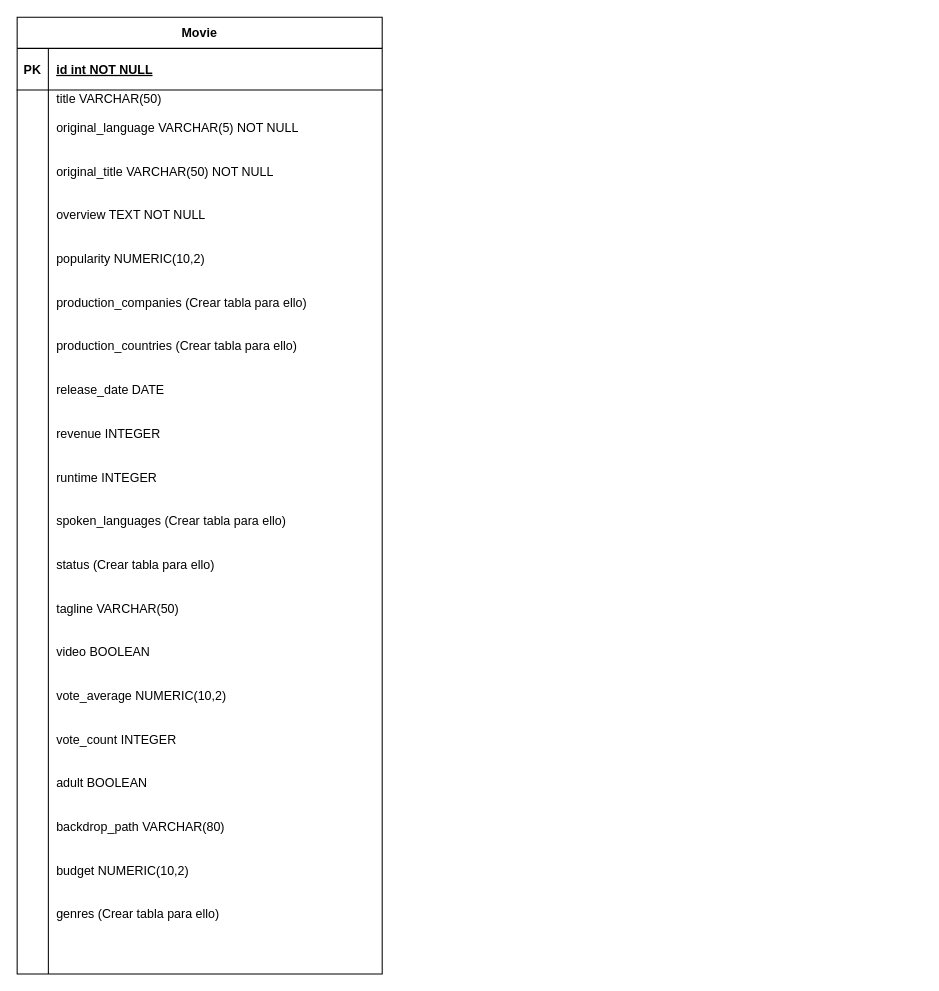
Above: Streambit.Catalog/docs/CatalogDBDiagram.drawio in coscristian/Streambit.Catalog (draw.io), before the change. Source tidied: cells renumbered, new cells numbered last; positions are measured from the earlier drawing's top-left corner, leaving out a move shared by most shapes. Both pictures are drawn from the tidied source at 104%, with x=0, y=0 at pixel (17, 17).
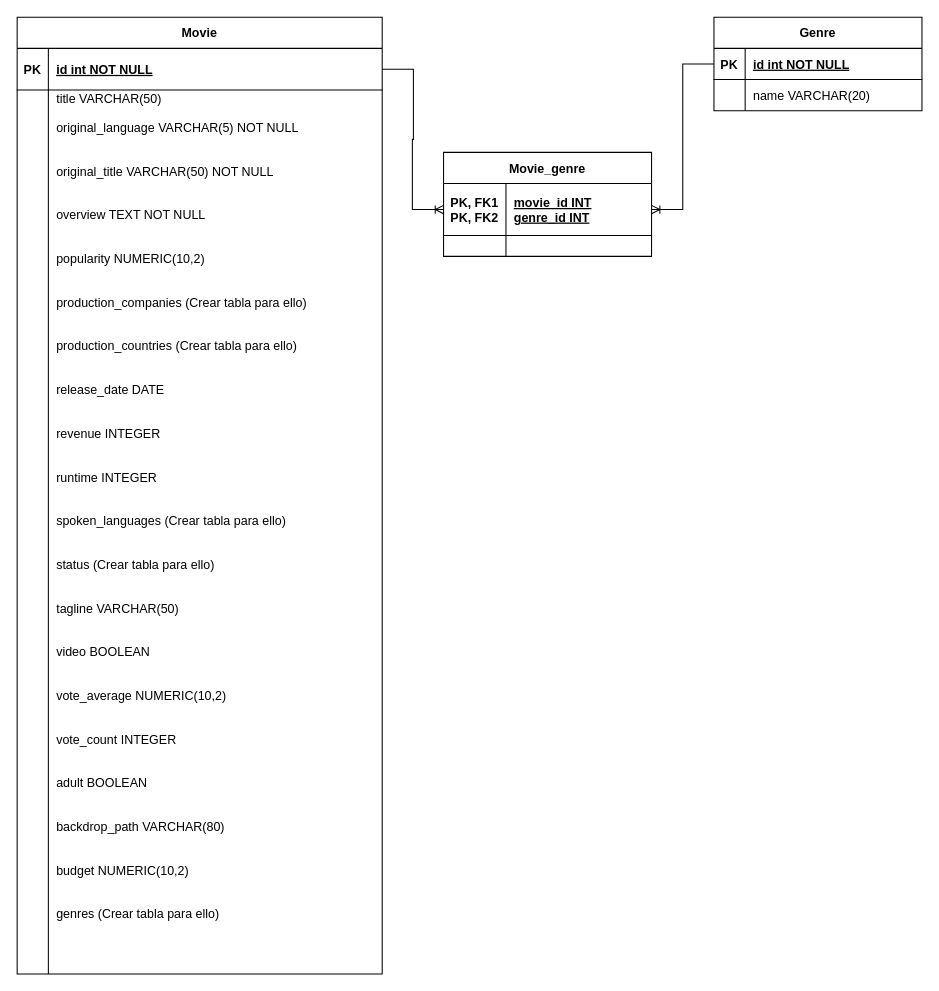
The same page after the edit.

Commit message:
Update DB Diagram with genres

The change refers to these unchanged cells:
```xml
<mxCell id="3" style="shape=partialRectangle;fillColor=none;points=[[0,0.5],[1,0.5]];portConstraint=eastwest;top=0;left=0;right=0;bottom=1;" parent="2" vertex="1">
  <mxGeometry y="30" width="351" height="40" as="geometry" />
</mxCell>
```

Change to the diagram source:
```diff
@@
+    <mxCell id="9" value="Genre" style="shape=table;startSize=30;childLayout=tableLayout;rowLines=0;fontStyle=1;align=center;" parent="1" vertex="1">
+      <mxGeometry x="670" width="200" height="90" as="geometry" />
+    </mxCell>
+    <mxCell id="10" style="shape=partialRectangle;fillColor=none;points=[[0,0.5],[1,0.5]];portConstraint=eastwest;top=0;left=0;right=0;bottom=1;" parent="9" vertex="1">
+      <mxGeometry y="30" width="200" height="30" as="geometry" />
+    </mxCell>
+    <mxCell id="11" value="PK" style="shape=partialRectangle;overflow=hidden;fillColor=none;top=0;left=0;bottom=0;right=0;fontStyle=1;" parent="10" vertex="1">
+      <mxGeometry width="30" height="30" as="geometry" />
+    </mxCell>
+    <mxCell id="12" value="id int NOT NULL" style="shape=partialRectangle;overflow=hidden;fillColor=none;top=0;left=0;bottom=0;right=0;align=left;spacingLeft=6;fontStyle=5;verticalAlign=middle;" parent="10" vertex="1">
+      <mxGeometry x="30" width="170" height="30" as="geometry" />
+    </mxCell>
+    <mxCell id="13" style="shape=partialRectangle;fillColor=none;top=0;left=0;right=0;bottom=0;" parent="9" vertex="1">
+      <mxGeometry y="60" width="200" height="30" as="geometry" />
+    </mxCell>
+    <mxCell id="14" style="shape=partialRectangle;overflow=hidden;fillColor=none;top=0;left=0;bottom=0;right=0;" parent="13" vertex="1">
+      <mxGeometry width="30" height="30" as="geometry" />
+    </mxCell>
+    <mxCell id="15" value="name VARCHAR(20)" style="shape=partialRectangle;overflow=hidden;fillColor=none;top=0;left=0;bottom=0;right=0;align=left;spacingLeft=6;" parent="13" vertex="1">
+      <mxGeometry x="30" width="170" height="30" as="geometry" />
+    </mxCell>
+    <mxCell id="16" value="Movie_genre" style="shape=table;startSize=30;childLayout=tableLayout;rowLines=0;fontStyle=1;align=center;" parent="1" vertex="1">
+      <mxGeometry x="410" y="130" width="200" height="100" as="geometry" />
+    </mxCell>
+    <mxCell id="17" style="shape=partialRectangle;fillColor=none;points=[[0,0.5],[1,0.5]];portConstraint=eastwest;top=0;left=0;right=0;bottom=1;" parent="16" vertex="1">
+      <mxGeometry y="30" width="200" height="50" as="geometry" />
+    </mxCell>
+    <mxCell id="18" value="PK, FK1&#10;PK, FK2" style="shape=partialRectangle;overflow=hidden;fillColor=none;top=0;left=0;bottom=0;right=0;fontStyle=1;" parent="17" vertex="1">
+      <mxGeometry width="60" height="50" as="geometry" />
+    </mxCell>
+    <mxCell id="19" value="movie_id INT&#10;genre_id INT" style="shape=partialRectangle;overflow=hidden;fillColor=none;top=0;left=0;bottom=0;right=0;align=left;spacingLeft=6;fontStyle=5;" parent="17" vertex="1">
+      <mxGeometry x="60" width="140" height="50" as="geometry" />
+    </mxCell>
+    <mxCell id="20" style="shape=partialRectangle;fillColor=none;top=0;left=0;right=0;bottom=0;" parent="16" vertex="1">
+      <mxGeometry y="80" width="200" height="20" as="geometry" />
+    </mxCell>
+    <mxCell id="21" style="shape=partialRectangle;overflow=hidden;fillColor=none;top=0;left=0;bottom=0;right=0;" parent="20" vertex="1">
+      <mxGeometry width="60" height="20" as="geometry" />
+    </mxCell>
+    <mxCell id="22" style="shape=partialRectangle;overflow=hidden;fillColor=none;top=0;left=0;bottom=0;right=0;align=left;spacingLeft=6;" parent="20" vertex="1">
+      <mxGeometry x="60" width="140" height="20" as="geometry" />
+    </mxCell>
+    <mxCell id="23" style="edgeStyle=entityRelationEdgeStyle;fontSize=12;html=1;endArrow=ERoneToMany;rounded=0;exitX=1;exitY=0.5;exitDx=0;exitDy=0;entryX=0;entryY=0.5;entryDx=0;entryDy=0;" parent="1" edge="1" source="3" target="17">
+      <mxGeometry relative="1" as="geometry" />
+    </mxCell>
+    <mxCell id="24" style="edgeStyle=entityRelationEdgeStyle;fontSize=12;html=1;endArrow=ERoneToMany;rounded=0;entryX=1;entryY=0.5;entryDx=0;entryDy=0;exitX=0;exitY=0.5;exitDx=0;exitDy=0;" parent="1" edge="1" source="10" target="17">
+      <mxGeometry relative="1" as="geometry" />
+    </mxCell>
```
